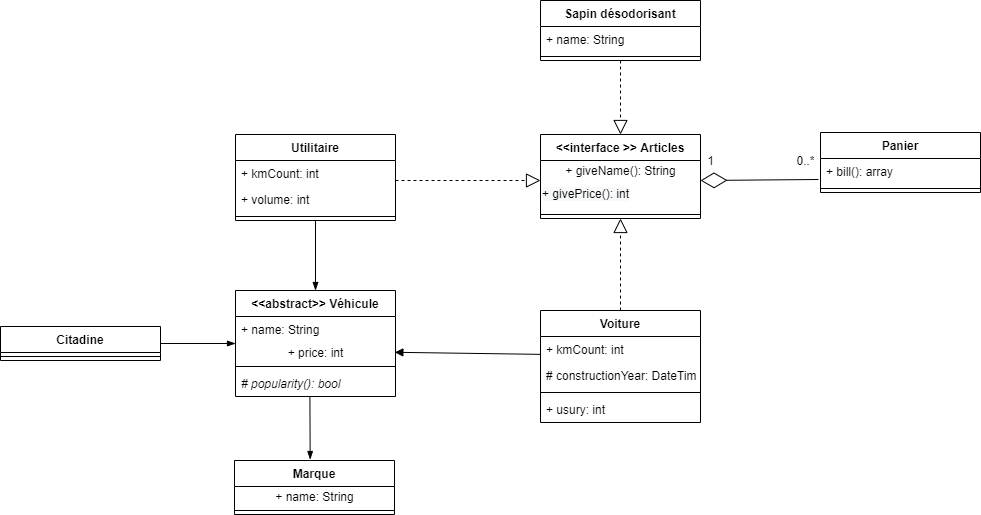
This is docs/diag.png from Elvidio/garage, a draw.io export, as it was before one commit. Source tidied: cells renumbered, new cells last; positions are measured from the earlier drawing's top-left corner, leaving out a move shared by most shapes. Its diagram source:
```xml
<mxGraphModel>
  <root>
    <mxCell id="0" />
    <mxCell id="1" parent="0" />
    <mxCell id="2" style="edgeStyle=none;rounded=0;jettySize=auto;html=1;entryX=1;entryY=0.5;entryDx=0;entryDy=0;startArrow=blockThin;startFill=1;endArrow=none;endFill=0;" parent="1" edge="1" source="4" target="24">
      <mxGeometry relative="1" as="geometry" />
    </mxCell>
    <mxCell id="3" style="edgeStyle=none;rounded=0;jettySize=auto;html=1;startArrow=blockThin;startFill=1;endArrow=none;endFill=0;entryX=0.5;entryY=1;entryDx=0;entryDy=0;" parent="1" edge="1" source="4" target="26">
      <mxGeometry relative="1" as="geometry" />
    </mxCell>
    <mxCell id="4" value="&lt;&lt;abstract&gt;&gt; Véhicule" style="swimlane;fontStyle=1;align=center;verticalAlign=top;horizontal=1;startSize=26;" parent="1" vertex="1">
      <mxGeometry x="235" y="290" width="160" height="106" as="geometry" />
    </mxCell>
    <mxCell id="5" value="+ name: String" style="text;strokeColor=none;fillColor=none;align=left;verticalAlign=top;spacingLeft=4;spacingRight=4;overflow=hidden;" parent="4" vertex="1">
      <mxGeometry y="26" width="160" height="26" as="geometry" />
    </mxCell>
    <mxCell id="6" value="+ price: int" style="text;html=1;align=center;verticalAlign=middle;points=[];" parent="4" vertex="1">
      <mxGeometry y="52" width="160" height="20" as="geometry" />
    </mxCell>
    <mxCell id="7" style="line;strokeWidth=1;fillColor=none;align=left;verticalAlign=middle;spacingTop=-1;spacingLeft=3;spacingRight=3;labelPosition=right;" parent="4" vertex="1">
      <mxGeometry y="72" width="160" height="8" as="geometry" />
    </mxCell>
    <mxCell id="8" value="# popularity(): bool" style="text;strokeColor=none;fillColor=none;align=left;verticalAlign=top;spacingLeft=4;spacingRight=4;overflow=hidden;points=[[0,0.5],[1,0.5]];portConstraint=eastwest;fontStyle=2;" parent="4" vertex="1">
      <mxGeometry y="80" width="160" height="26" as="geometry" />
    </mxCell>
    <mxCell id="9" style="edgeStyle=none;rounded=0;jettySize=auto;html=1;endArrow=none;endFill=0;startArrow=blockThin;startFill=1;entryX=0.465;entryY=0.997;entryDx=0;entryDy=0;entryPerimeter=0;exitX=0.473;exitY=-0.018;exitDx=0;exitDy=0;exitPerimeter=0;" parent="1" edge="1" source="10" target="8">
      <mxGeometry relative="1" as="geometry" />
    </mxCell>
    <mxCell id="10" value="Marque" style="swimlane;fontStyle=1;align=center;verticalAlign=top;horizontal=1;startSize=26;" parent="1" vertex="1">
      <mxGeometry x="234" y="460" width="160" height="54" as="geometry" />
    </mxCell>
    <mxCell id="11" value="+ name: String" style="text;html=1;align=center;verticalAlign=middle;" parent="10" vertex="1">
      <mxGeometry y="26" width="160" height="20" as="geometry" />
    </mxCell>
    <mxCell id="12" style="line;strokeWidth=1;fillColor=none;align=left;verticalAlign=middle;spacingTop=-1;spacingLeft=3;spacingRight=3;labelPosition=right;" parent="10" vertex="1">
      <mxGeometry y="46" width="160" height="8" as="geometry" />
    </mxCell>
    <mxCell id="13" value="&lt;&lt;interface &gt;&gt; Articles" style="swimlane;fontStyle=1;align=center;verticalAlign=top;horizontal=1;startSize=26;" parent="1" vertex="1">
      <mxGeometry x="540" y="134" width="160" height="84" as="geometry" />
    </mxCell>
    <mxCell id="14" value="+ giveName(): String" style="text;html=1;align=center;verticalAlign=middle;" parent="13" vertex="1">
      <mxGeometry y="26" width="160" height="20" as="geometry" />
    </mxCell>
    <mxCell id="15" value="&lt;span style=&quot;color: rgb(0 , 0 , 0) ; font-family: &amp;#34;helvetica&amp;#34; ; font-size: 12px ; font-style: normal ; font-weight: 400 ; letter-spacing: normal ; text-align: center ; text-indent: 0px ; text-transform: none ; word-spacing: 0px ; background-color: rgb(248 , 249 , 250) ; display: inline ; float: none&quot;&gt;+ givePrice(): int&lt;/span&gt;" style="text;whiteSpace=wrap;html=1;" parent="13" vertex="1">
      <mxGeometry y="46" width="160" height="30" as="geometry" />
    </mxCell>
    <mxCell id="16" style="line;strokeWidth=1;fillColor=none;align=left;verticalAlign=middle;spacingTop=-1;spacingLeft=3;spacingRight=3;labelPosition=right;" parent="13" vertex="1">
      <mxGeometry y="76" width="160" height="8" as="geometry" />
    </mxCell>
    <mxCell id="17" value="Voiture" style="swimlane;fontStyle=1;align=center;verticalAlign=top;horizontal=1;startSize=26;" parent="1" vertex="1">
      <mxGeometry x="540" y="310" width="160" height="112" as="geometry" />
    </mxCell>
    <mxCell id="18" value="+ kmCount: int" style="text;strokeColor=none;fillColor=none;align=left;verticalAlign=top;spacingLeft=4;spacingRight=4;overflow=hidden;points=[[0,0.5],[1,0.5]];portConstraint=eastwest;" parent="17" vertex="1">
      <mxGeometry y="26" width="160" height="26" as="geometry" />
    </mxCell>
    <mxCell id="19" value="# constructionYear: DateTime" style="text;strokeColor=none;fillColor=none;align=left;verticalAlign=top;spacingLeft=4;spacingRight=4;overflow=hidden;" parent="17" vertex="1">
      <mxGeometry y="52" width="160" height="26" as="geometry" />
    </mxCell>
    <mxCell id="20" style="line;strokeWidth=1;fillColor=none;align=left;verticalAlign=middle;spacingTop=-1;spacingLeft=3;spacingRight=3;labelPosition=right;" parent="17" vertex="1">
      <mxGeometry y="78" width="160" height="8" as="geometry" />
    </mxCell>
    <mxCell id="21" value="+ usury: int" style="text;strokeColor=none;fillColor=none;align=left;verticalAlign=top;spacingLeft=4;spacingRight=4;overflow=hidden;" parent="17" vertex="1">
      <mxGeometry y="86" width="160" height="26" as="geometry" />
    </mxCell>
    <mxCell id="22" style="endArrow=block;endFill=1;html=1;align=left;verticalAlign=top;entryX=0.996;entryY=0.49;entryDx=0;entryDy=0;entryPerimeter=0;exitX=0;exitY=0.687;exitDx=0;exitDy=0;exitPerimeter=0;" parent="1" edge="1" source="18" target="6">
      <mxGeometry x="-1" relative="1" as="geometry" />
    </mxCell>
    <mxCell id="23" style="endArrow=block;dashed=1;endFill=0;endSize=12;html=1;entryX=0.5;entryY=1;entryDx=0;entryDy=0;exitX=0.5;exitY=0;exitDx=0;exitDy=0;" parent="1" edge="1" source="17" target="13">
      <mxGeometry relative="1" as="geometry" />
    </mxCell>
    <mxCell id="24" value="Citadine" style="swimlane;fontStyle=1;align=center;verticalAlign=top;horizontal=1;startSize=26;" parent="1" vertex="1">
      <mxGeometry y="326" width="160" height="34" as="geometry" />
    </mxCell>
    <mxCell id="25" style="line;strokeWidth=1;fillColor=none;align=left;verticalAlign=middle;spacingTop=-1;spacingLeft=3;spacingRight=3;labelPosition=right;" parent="24" vertex="1">
      <mxGeometry y="26" width="160" height="8" as="geometry" />
    </mxCell>
    <mxCell id="26" value="Utilitaire" style="swimlane;fontStyle=1;align=center;verticalAlign=top;horizontal=1;startSize=26;" parent="1" vertex="1">
      <mxGeometry x="235" y="134" width="160" height="86" as="geometry" />
    </mxCell>
    <mxCell id="27" value="+ kmCount: int" style="text;strokeColor=none;fillColor=none;align=left;verticalAlign=top;spacingLeft=4;spacingRight=4;overflow=hidden;" parent="26" vertex="1">
      <mxGeometry y="26" width="160" height="26" as="geometry" />
    </mxCell>
    <mxCell id="28" value="+ volume: int" style="text;strokeColor=none;fillColor=none;align=left;verticalAlign=top;spacingLeft=4;spacingRight=4;overflow=hidden;" parent="26" vertex="1">
      <mxGeometry y="52" width="160" height="26" as="geometry" />
    </mxCell>
    <mxCell id="29" style="line;strokeWidth=1;fillColor=none;align=left;verticalAlign=middle;spacingTop=-1;spacingLeft=3;spacingRight=3;labelPosition=right;" parent="26" vertex="1">
      <mxGeometry y="78" width="160" height="8" as="geometry" />
    </mxCell>
    <mxCell id="30" style="endArrow=block;dashed=1;endFill=0;endSize=12;html=1;entryX=0;entryY=0;entryDx=0;entryDy=0;" parent="1" edge="1" target="15">
      <mxGeometry relative="1" as="geometry">
        <mxPoint x="395" y="180" as="sourcePoint" />
      </mxGeometry>
    </mxCell>
    <mxCell id="31" value="Sapin désodorisant" style="swimlane;fontStyle=1;align=center;verticalAlign=top;horizontal=1;startSize=26;" parent="1" vertex="1">
      <mxGeometry x="540" width="160" height="60" as="geometry" />
    </mxCell>
    <mxCell id="32" value="+ name: String" style="text;strokeColor=none;fillColor=none;align=left;verticalAlign=top;spacingLeft=4;spacingRight=4;overflow=hidden;" parent="31" vertex="1">
      <mxGeometry y="26" width="160" height="26" as="geometry" />
    </mxCell>
    <mxCell id="33" style="line;strokeWidth=1;fillColor=none;align=left;verticalAlign=middle;spacingTop=-1;spacingLeft=3;spacingRight=3;labelPosition=right;" parent="31" vertex="1">
      <mxGeometry y="52" width="160" height="8" as="geometry" />
    </mxCell>
    <mxCell id="34" style="endArrow=block;dashed=1;endFill=0;endSize=12;html=1;exitX=0.5;exitY=1;exitDx=0;exitDy=0;" parent="1" edge="1" source="31" target="13">
      <mxGeometry relative="1" as="geometry" />
    </mxCell>
    <mxCell id="35" value="Panier" style="swimlane;fontStyle=1;align=center;verticalAlign=top;horizontal=1;startSize=26;" parent="1" vertex="1">
      <mxGeometry x="820" y="132" width="160" height="60" as="geometry" />
    </mxCell>
    <mxCell id="36" value="+ bill(): array" style="text;strokeColor=none;fillColor=none;align=left;verticalAlign=top;spacingLeft=4;spacingRight=4;overflow=hidden;" parent="35" vertex="1">
      <mxGeometry y="26" width="160" height="26" as="geometry" />
    </mxCell>
    <mxCell id="37" style="line;strokeWidth=1;fillColor=none;align=left;verticalAlign=middle;spacingTop=-1;spacingLeft=3;spacingRight=3;labelPosition=right;" parent="35" vertex="1">
      <mxGeometry y="52" width="160" height="8" as="geometry" />
    </mxCell>
    <mxCell id="38" style="endArrow=diamondThin;endFill=0;endSize=24;html=1;entryX=1;entryY=0;entryDx=0;entryDy=0;" parent="1" edge="1" target="15">
      <mxGeometry relative="1" as="geometry">
        <mxPoint x="818" y="179" as="sourcePoint" />
      </mxGeometry>
    </mxCell>
    <mxCell id="39" value="1" style="text;html=1;align=center;verticalAlign=middle;" parent="1" vertex="1">
      <mxGeometry x="700" y="150" width="20" height="20" as="geometry" />
    </mxCell>
    <mxCell id="40" value="0..*" style="text;html=1;align=center;verticalAlign=middle;" parent="1" vertex="1">
      <mxGeometry x="790" y="150" width="30" height="20" as="geometry" />
    </mxCell>
  </root>
</mxGraphModel>
```
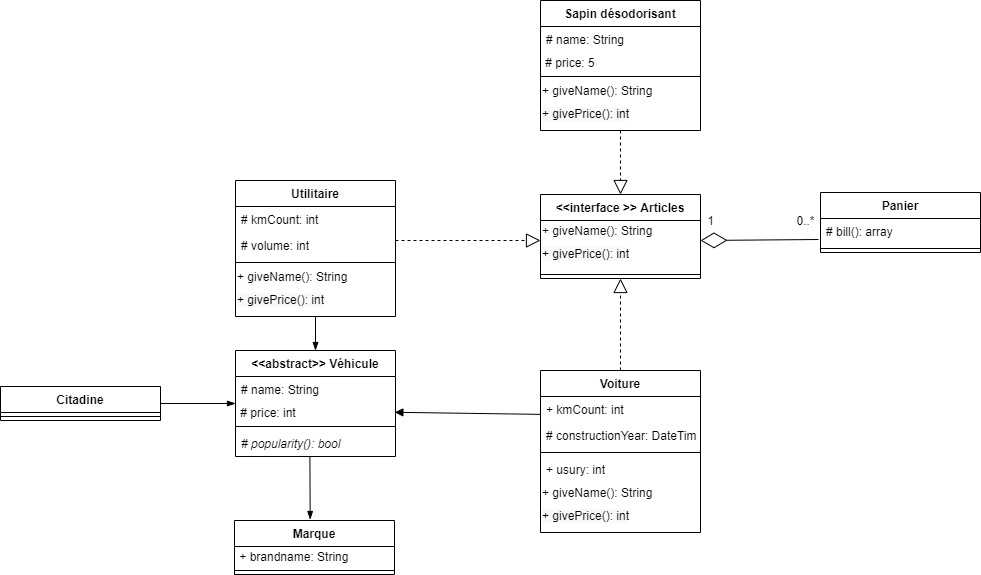
Later version of the same file.

What changed in the source:
```diff
@@ -11,10 +11,10 @@
     <mxCell id="4" value="&lt;&lt;abstract&gt;&gt; Véhicule" style="swimlane;fontStyle=1;align=center;verticalAlign=top;horizontal=1;startSize=26;" parent="1" vertex="1">
       <mxGeometry x="235" y="290" width="160" height="106" as="geometry" />
     </mxCell>
-    <mxCell id="5" value="+ name: String" style="text;strokeColor=none;fillColor=none;align=left;verticalAlign=top;spacingLeft=4;spacingRight=4;overflow=hidden;" parent="4" vertex="1">
+    <mxCell id="5" value="# name: String" style="text;strokeColor=none;fillColor=none;align=left;verticalAlign=top;spacingLeft=4;spacingRight=4;overflow=hidden;" parent="4" vertex="1">
       <mxGeometry y="26" width="160" height="26" as="geometry" />
     </mxCell>
-    <mxCell id="6" value="+ price: int" style="text;html=1;align=center;verticalAlign=middle;points=[];" parent="4" vertex="1">
+    <mxCell id="6" value="&amp;nbsp;# price: int" style="text;html=1;align=left;verticalAlign=middle;points=[];" parent="4" vertex="1">
       <mxGeometry y="52" width="160" height="20" as="geometry" />
     </mxCell>
     <mxCell id="7" style="line;strokeWidth=1;fillColor=none;align=left;verticalAlign=middle;spacingTop=-1;spacingLeft=3;spacingRight=3;labelPosition=right;" parent="4" vertex="1">
@@ -29,7 +29,7 @@
     <mxCell id="10" value="Marque" style="swimlane;fontStyle=1;align=center;verticalAlign=top;horizontal=1;startSize=26;" parent="1" vertex="1">
       <mxGeometry x="234" y="460" width="160" height="54" as="geometry" />
     </mxCell>
-    <mxCell id="11" value="+ name: String" style="text;html=1;align=center;verticalAlign=middle;" parent="10" vertex="1">
+    <mxCell id="11" value="&amp;nbsp;+ brandname: String" style="text;html=1;align=left;verticalAlign=middle;" parent="10" vertex="1">
       <mxGeometry y="26" width="160" height="20" as="geometry" />
     </mxCell>
     <mxCell id="12" style="line;strokeWidth=1;fillColor=none;align=left;verticalAlign=middle;spacingTop=-1;spacingLeft=3;spacingRight=3;labelPosition=right;" parent="10" vertex="1">
@@ -38,7 +38,7 @@
     <mxCell id="13" value="&lt;&lt;interface &gt;&gt; Articles" style="swimlane;fontStyle=1;align=center;verticalAlign=top;horizontal=1;startSize=26;" parent="1" vertex="1">
       <mxGeometry x="540" y="134" width="160" height="84" as="geometry" />
     </mxCell>
-    <mxCell id="14" value="+ giveName(): String" style="text;html=1;align=center;verticalAlign=middle;" parent="13" vertex="1">
+    <mxCell id="14" value="+ giveName(): String" style="text;html=1;align=left;verticalAlign=middle;" parent="13" vertex="1">
       <mxGeometry y="26" width="160" height="20" as="geometry" />
     </mxCell>
     <mxCell id="15" value="&lt;span style=&quot;color: rgb(0 , 0 , 0) ; font-family: &amp;#34;helvetica&amp;#34; ; font-size: 12px ; font-style: normal ; font-weight: 400 ; letter-spacing: normal ; text-align: center ; text-indent: 0px ; text-transform: none ; word-spacing: 0px ; background-color: rgb(248 , 249 , 250) ; display: inline ; float: none&quot;&gt;+ givePrice(): int&lt;/span&gt;" style="text;whiteSpace=wrap;html=1;" parent="13" vertex="1">
@@ -48,7 +48,7 @@
       <mxGeometry y="76" width="160" height="8" as="geometry" />
     </mxCell>
     <mxCell id="17" value="Voiture" style="swimlane;fontStyle=1;align=center;verticalAlign=top;horizontal=1;startSize=26;" parent="1" vertex="1">
-      <mxGeometry x="540" y="310" width="160" height="112" as="geometry" />
+      <mxGeometry x="540" y="310" width="160" height="162" as="geometry" />
     </mxCell>
     <mxCell id="18" value="+ kmCount: int" style="text;strokeColor=none;fillColor=none;align=left;verticalAlign=top;spacingLeft=4;spacingRight=4;overflow=hidden;points=[[0,0.5],[1,0.5]];portConstraint=eastwest;" parent="17" vertex="1">
       <mxGeometry y="26" width="160" height="26" as="geometry" />
@@ -62,6 +62,12 @@
     <mxCell id="21" value="+ usury: int" style="text;strokeColor=none;fillColor=none;align=left;verticalAlign=top;spacingLeft=4;spacingRight=4;overflow=hidden;" parent="17" vertex="1">
       <mxGeometry y="86" width="160" height="26" as="geometry" />
     </mxCell>
+    <mxCell id="41" value="+ giveName(): String" style="text;html=1;align=left;verticalAlign=middle;" parent="17" vertex="1">
+      <mxGeometry y="112" width="160" height="20" as="geometry" />
+    </mxCell>
+    <mxCell id="42" value="&lt;span style=&quot;color: rgb(0 , 0 , 0) ; font-family: &amp;#34;helvetica&amp;#34; ; font-size: 12px ; font-style: normal ; font-weight: 400 ; letter-spacing: normal ; text-align: center ; text-indent: 0px ; text-transform: none ; word-spacing: 0px ; background-color: rgb(248 , 249 , 250) ; display: inline ; float: none&quot;&gt;+ givePrice(): int&lt;/span&gt;" style="text;whiteSpace=wrap;html=1;" parent="17" vertex="1">
+      <mxGeometry y="132" width="160" height="30" as="geometry" />
+    </mxCell>
     <mxCell id="22" style="endArrow=block;endFill=1;html=1;align=left;verticalAlign=top;entryX=0.996;entryY=0.49;entryDx=0;entryDy=0;entryPerimeter=0;exitX=0;exitY=0.687;exitDx=0;exitDy=0;exitPerimeter=0;" parent="1" edge="1" source="18" target="6">
       <mxGeometry x="-1" relative="1" as="geometry" />
     </mxCell>
@@ -75,38 +81,53 @@
       <mxGeometry y="26" width="160" height="8" as="geometry" />
     </mxCell>
     <mxCell id="26" value="Utilitaire" style="swimlane;fontStyle=1;align=center;verticalAlign=top;horizontal=1;startSize=26;" parent="1" vertex="1">
-      <mxGeometry x="235" y="134" width="160" height="86" as="geometry" />
+      <mxGeometry x="235" y="120" width="160" height="136" as="geometry" />
     </mxCell>
-    <mxCell id="27" value="+ kmCount: int" style="text;strokeColor=none;fillColor=none;align=left;verticalAlign=top;spacingLeft=4;spacingRight=4;overflow=hidden;" parent="26" vertex="1">
+    <mxCell id="27" value="# kmCount: int" style="text;strokeColor=none;fillColor=none;align=left;verticalAlign=top;spacingLeft=4;spacingRight=4;overflow=hidden;" parent="26" vertex="1">
       <mxGeometry y="26" width="160" height="26" as="geometry" />
     </mxCell>
-    <mxCell id="28" value="+ volume: int" style="text;strokeColor=none;fillColor=none;align=left;verticalAlign=top;spacingLeft=4;spacingRight=4;overflow=hidden;" parent="26" vertex="1">
+    <mxCell id="28" value="# volume: int" style="text;strokeColor=none;fillColor=none;align=left;verticalAlign=top;spacingLeft=4;spacingRight=4;overflow=hidden;" parent="26" vertex="1">
       <mxGeometry y="52" width="160" height="26" as="geometry" />
     </mxCell>
     <mxCell id="29" style="line;strokeWidth=1;fillColor=none;align=left;verticalAlign=middle;spacingTop=-1;spacingLeft=3;spacingRight=3;labelPosition=right;" parent="26" vertex="1">
       <mxGeometry y="78" width="160" height="8" as="geometry" />
     </mxCell>
+    <mxCell id="43" value="+ giveName(): String" style="text;html=1;align=left;verticalAlign=middle;" parent="26" vertex="1">
+      <mxGeometry y="86" width="160" height="20" as="geometry" />
+    </mxCell>
+    <mxCell id="44" value="&lt;span style=&quot;color: rgb(0 , 0 , 0) ; font-family: &amp;#34;helvetica&amp;#34; ; font-size: 12px ; font-style: normal ; font-weight: 400 ; letter-spacing: normal ; text-align: center ; text-indent: 0px ; text-transform: none ; word-spacing: 0px ; background-color: rgb(248 , 249 , 250) ; display: inline ; float: none&quot;&gt;+ givePrice(): int&lt;/span&gt;" style="text;whiteSpace=wrap;html=1;" parent="26" vertex="1">
+      <mxGeometry y="106" width="160" height="30" as="geometry" />
+    </mxCell>
     <mxCell id="30" style="endArrow=block;dashed=1;endFill=0;endSize=12;html=1;entryX=0;entryY=0;entryDx=0;entryDy=0;" parent="1" edge="1" target="15">
       <mxGeometry relative="1" as="geometry">
         <mxPoint x="395" y="180" as="sourcePoint" />
       </mxGeometry>
     </mxCell>
     <mxCell id="31" value="Sapin désodorisant" style="swimlane;fontStyle=1;align=center;verticalAlign=top;horizontal=1;startSize=26;" parent="1" vertex="1">
-      <mxGeometry x="540" width="160" height="60" as="geometry" />
+      <mxGeometry x="540" y="-60" width="160" height="130" as="geometry" />
     </mxCell>
-    <mxCell id="32" value="+ name: String" style="text;strokeColor=none;fillColor=none;align=left;verticalAlign=top;spacingLeft=4;spacingRight=4;overflow=hidden;" parent="31" vertex="1">
+    <mxCell id="32" value="# name: String" style="text;strokeColor=none;fillColor=none;align=left;verticalAlign=top;spacingLeft=4;spacingRight=4;overflow=hidden;" parent="31" vertex="1">
       <mxGeometry y="26" width="160" height="26" as="geometry" />
     </mxCell>
+    <mxCell id="45" value="&amp;nbsp;# price: 5" style="text;html=1;align=left;verticalAlign=middle;" parent="31" vertex="1">
+      <mxGeometry y="52" width="160" height="20" as="geometry" />
+    </mxCell>
     <mxCell id="33" style="line;strokeWidth=1;fillColor=none;align=left;verticalAlign=middle;spacingTop=-1;spacingLeft=3;spacingRight=3;labelPosition=right;" parent="31" vertex="1">
-      <mxGeometry y="52" width="160" height="8" as="geometry" />
+      <mxGeometry y="72" width="160" height="8" as="geometry" />
     </mxCell>
+    <mxCell id="46" value="+ giveName(): String" style="text;html=1;align=left;verticalAlign=middle;" parent="31" vertex="1">
+      <mxGeometry y="80" width="160" height="20" as="geometry" />
+    </mxCell>
+    <mxCell id="47" value="&lt;span style=&quot;color: rgb(0 , 0 , 0) ; font-family: &amp;#34;helvetica&amp;#34; ; font-size: 12px ; font-style: normal ; font-weight: 400 ; letter-spacing: normal ; text-align: center ; text-indent: 0px ; text-transform: none ; word-spacing: 0px ; background-color: rgb(248 , 249 , 250) ; display: inline ; float: none&quot;&gt;+ givePrice(): int&lt;/span&gt;" style="text;whiteSpace=wrap;html=1;" parent="31" vertex="1">
+      <mxGeometry y="100" width="160" height="30" as="geometry" />
+    </mxCell>
     <mxCell id="34" style="endArrow=block;dashed=1;endFill=0;endSize=12;html=1;exitX=0.5;exitY=1;exitDx=0;exitDy=0;" parent="1" edge="1" source="31" target="13">
       <mxGeometry relative="1" as="geometry" />
     </mxCell>
     <mxCell id="35" value="Panier" style="swimlane;fontStyle=1;align=center;verticalAlign=top;horizontal=1;startSize=26;" parent="1" vertex="1">
       <mxGeometry x="820" y="132" width="160" height="60" as="geometry" />
     </mxCell>
-    <mxCell id="36" value="+ bill(): array" style="text;strokeColor=none;fillColor=none;align=left;verticalAlign=top;spacingLeft=4;spacingRight=4;overflow=hidden;" parent="35" vertex="1">
+    <mxCell id="36" value="# bill(): array" style="text;strokeColor=none;fillColor=none;align=left;verticalAlign=top;spacingLeft=4;spacingRight=4;overflow=hidden;" parent="35" vertex="1">
       <mxGeometry y="26" width="160" height="26" as="geometry" />
     </mxCell>
     <mxCell id="37" style="line;strokeWidth=1;fillColor=none;align=left;verticalAlign=middle;spacingTop=-1;spacingLeft=3;spacingRight=3;labelPosition=right;" parent="35" vertex="1">
```
